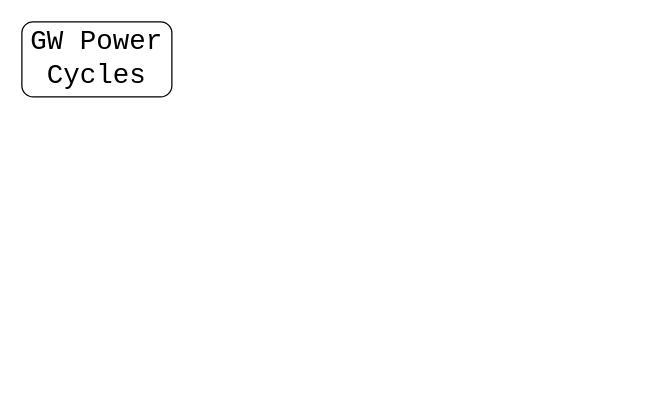
Before: Untitled Diagram.drawio in connerataiphone/Test, a draw.io diagram. Source tidied: cells renumbered, new cells numbered last; positions are measured from the earlier drawing's top-left corner, leaving out a move shared by most shapes. Both pictures are drawn from the tidied source at 125%, with x=0, y=0 at pixel (21, 21).
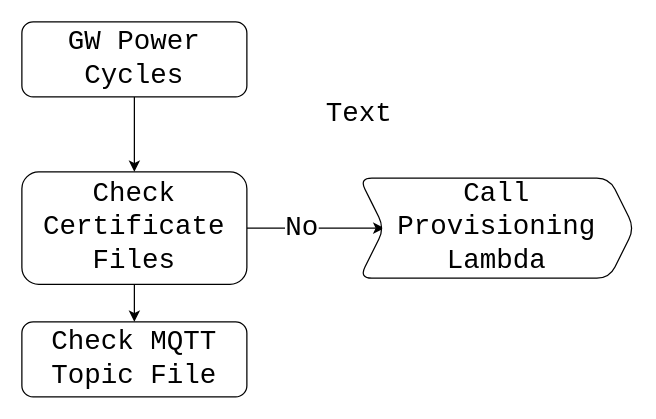
The same diagram, later.

Diff of the diagram source:
```diff
@@
 <mxGraphModel>
   <root>
     <mxCell id="0" />
     <mxCell id="1" parent="0" />
+    <mxCell id="3" style="edgeStyle=orthogonalEdgeStyle;rounded=0;jettySize=auto;html=1;fontFamily=Courier New;fontSize=22;" parent="1" edge="1" source="2" target="7">
+      <mxGeometry relative="1" as="geometry" />
+    </mxCell>
     <mxCell id="2" value="&lt;font style=&quot;font-size: 22px;&quot; face=&quot;Courier New&quot;&gt;GW Power Cycles&lt;/font&gt;" style="rounded=1;whiteSpace=wrap;html=1;labelBorderColor=none;" parent="1" vertex="1">
-      <mxGeometry width="120" height="60" as="geometry" />
+      <mxGeometry width="180" height="60" as="geometry" />
     </mxCell>
+    <mxCell id="4" style="edgeStyle=orthogonalEdgeStyle;rounded=0;jettySize=auto;html=1;fontFamily=Courier New;fontSize=22;" parent="1" edge="1" source="7" target="8">
+      <mxGeometry relative="1" as="geometry" />
+    </mxCell>
+    <mxCell id="5" value="No" style="edgeLabel;html=1;align=center;verticalAlign=middle;fontSize=22;fontFamily=Courier New;" parent="4" vertex="1">
+      <mxGeometry x="-0.22" relative="1" as="geometry" />
+    </mxCell>
+    <mxCell id="6" style="edgeStyle=orthogonalEdgeStyle;rounded=0;jettySize=auto;html=1;fontFamily=Courier New;fontSize=22;" parent="1" edge="1" source="7" target="10">
+      <mxGeometry relative="1" as="geometry" />
+    </mxCell>
+    <mxCell id="7" value="Check&lt;br&gt;Certificate Files" style="rounded=1;whiteSpace=wrap;html=1;labelBorderColor=none;fontFamily=Courier New;fontSize=22;" parent="1" vertex="1">
+      <mxGeometry y="120" width="180" height="90" as="geometry" />
+    </mxCell>
+    <mxCell id="8" value="Call Provisioning Lambda" style="shape=step;perimeter=stepPerimeter;whiteSpace=wrap;html=1;fixedSize=1;fontSize=22;fontFamily=Courier New;rounded=1;labelBorderColor=none;" parent="1" vertex="1">
+      <mxGeometry x="270" y="125" width="220" height="80" as="geometry" />
+    </mxCell>
+    <mxCell id="9" value="Text" style="text;html=1;strokeColor=none;fillColor=none;align=center;verticalAlign=middle;whiteSpace=wrap;rounded=0;fontSize=22;fontFamily=Courier New;" parent="1" vertex="1">
+      <mxGeometry x="240" y="60" width="60" height="30" as="geometry" />
+    </mxCell>
+    <mxCell id="10" value="Check MQTT Topic File" style="rounded=1;whiteSpace=wrap;html=1;labelBorderColor=none;fontFamily=Courier New;fontSize=22;" parent="1" vertex="1">
+      <mxGeometry y="240" width="180" height="60" as="geometry" />
+    </mxCell>
   </root>
 </mxGraphModel>
```
